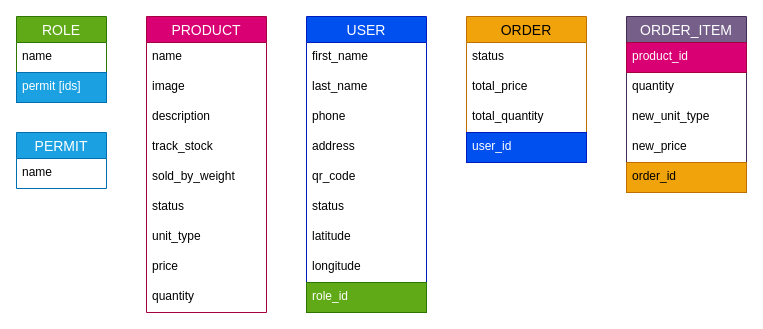
Earlier version of the draw.io diagram db.drawio (muhiddinjv/oserver). Source tidied: cells renumbered, new cells numbered last; positions are measured from the earlier drawing's top-left corner, leaving out a move shared by most shapes. Both pictures are drawn from the tidied source at 100%, with x=0, y=0 at pixel (16, 16).
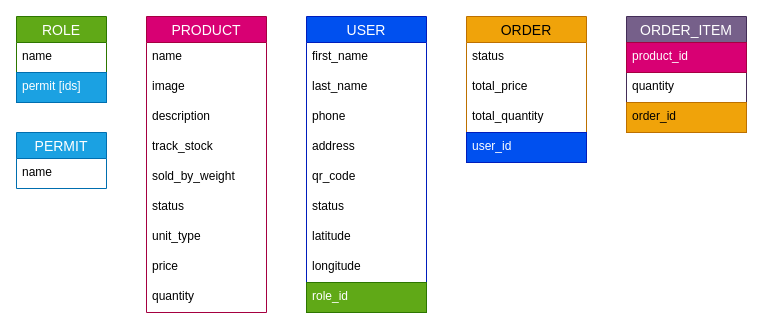
The same page after the edit.

The edit, as a diff of the source:
```diff
@@
     <mxCell id="32" value="ORDER_ITEM" style="swimlane;fontStyle=0;horizontal=1;startSize=26;align=center;fontSize=14;fillColor=#76608a;strokeColor=#432D57;fontColor=#ffffff;" parent="1" vertex="1">
-      <mxGeometry x="610" width="120" height="176" as="geometry" />
+      <mxGeometry x="610" width="120" height="116" as="geometry" />
     </mxCell>
@@
-    <mxCell id="35" value="new_unit_type" style="text;strokeColor=none;fillColor=none;spacingLeft=4;spacingRight=4;overflow=hidden;fontSize=12;" parent="32" vertex="1">
-      <mxGeometry y="86" width="120" height="30" as="geometry" />
-    </mxCell>
-    <mxCell id="36" value="new_price" style="text;strokeColor=none;fillColor=none;spacingLeft=4;spacingRight=4;overflow=hidden;fontSize=12;" parent="32" vertex="1">
-      <mxGeometry y="116" width="120" height="30" as="geometry" />
-    </mxCell>
     <mxCell id="37" value="order_id" style="text;strokeColor=#BD7000;fillColor=#f0a30a;spacingLeft=4;spacingRight=4;overflow=hidden;fontSize=12;fontColor=#000000;" parent="32" vertex="1">
-      <mxGeometry y="146" width="120" height="30" as="geometry" />
+      <mxGeometry y="86" width="120" height="30" as="geometry" />
     </mxCell>
```
